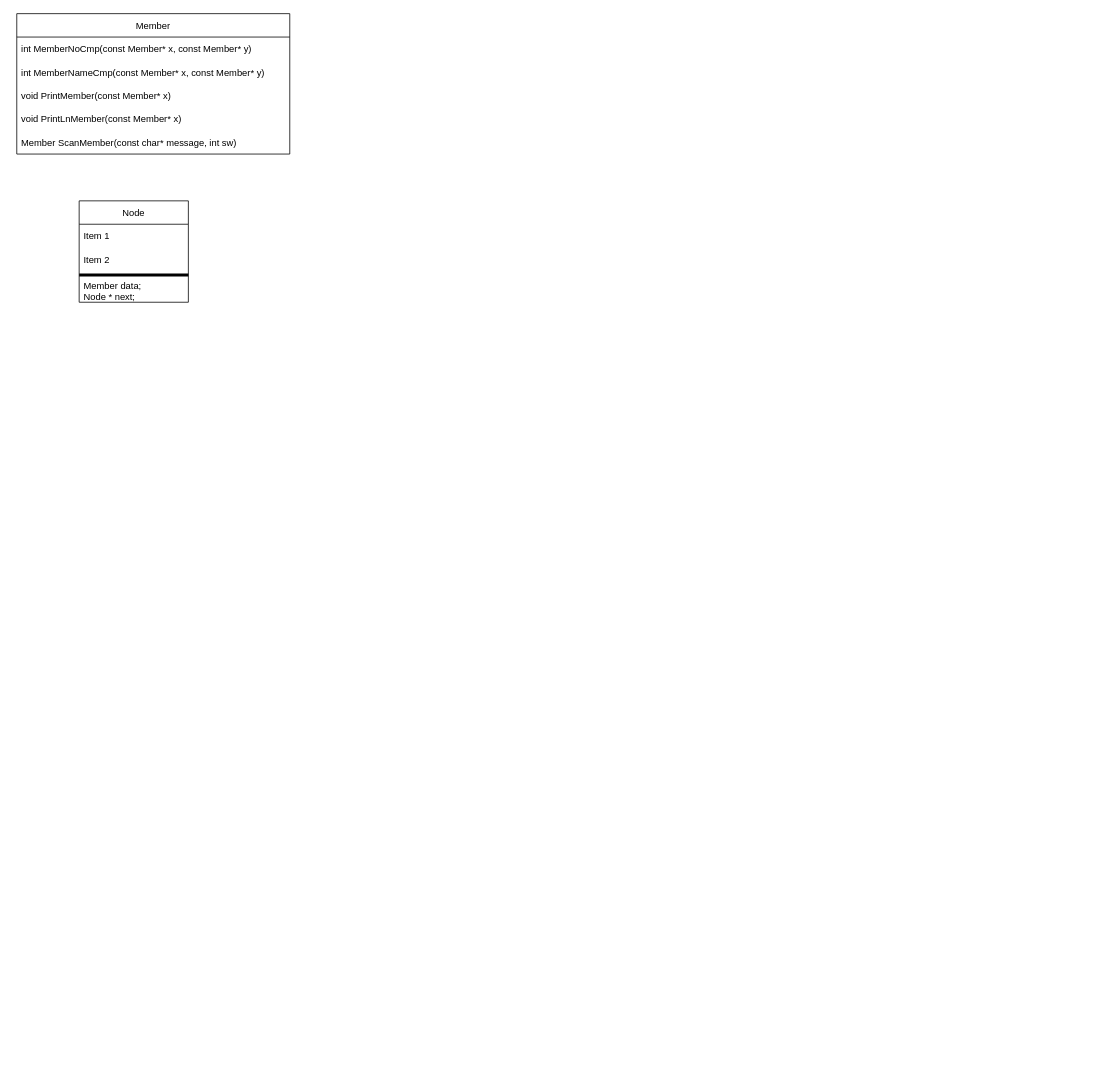
This is singlelinkedlist.drawio from gradeF/Flowchart, a draw.io file, before an edit. Source tidied: cells renumbered, new cells numbered last; positions are measured from the earlier drawing's top-left corner, leaving out a move shared by most shapes. Both pictures are drawn from the tidied source at 78%, with x=0, y=0 at pixel (16, 13).
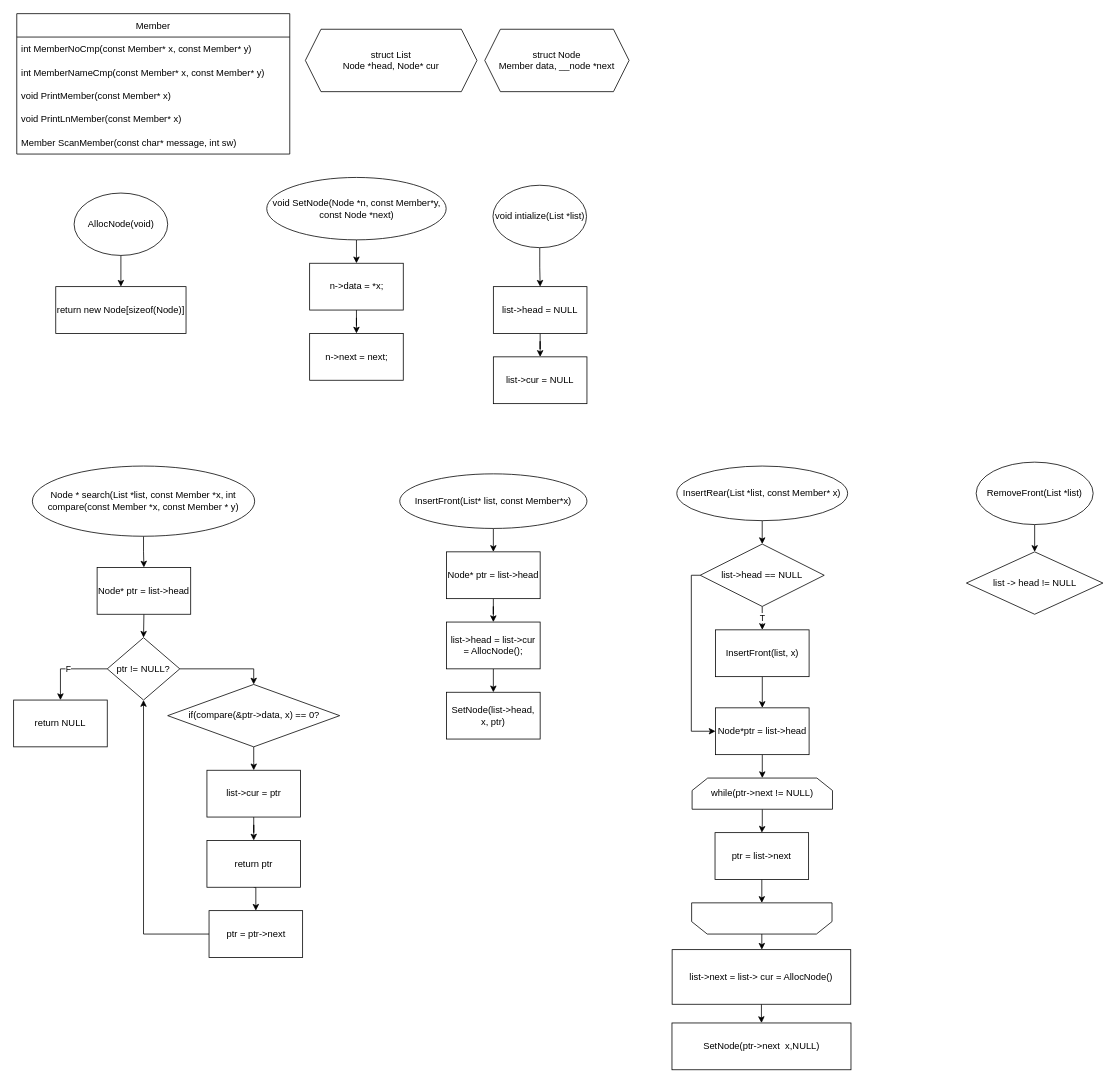
The same page after the edit.

What changed in the source:
```diff
@@
-    <mxCell id="2" value="Node" style="swimlane;fontStyle=0;horizontal=1;startSize=30;" parent="1" vertex="1">
-      <mxGeometry x="80" y="240" width="140" height="130" as="geometry" />
-    </mxCell>
-    <mxCell id="3" value="Item 1" style="text;strokeColor=none;fillColor=none;align=left;verticalAlign=middle;spacingLeft=4;spacingRight=4;overflow=hidden;" parent="2" vertex="1">
-      <mxGeometry y="30" width="140" height="30" as="geometry" />
-    </mxCell>
-    <mxCell id="4" value="Item 2" style="text;strokeColor=none;fillColor=none;align=left;verticalAlign=middle;spacingLeft=4;spacingRight=4;overflow=hidden;" parent="2" vertex="1">
-      <mxGeometry y="60" width="140" height="30" as="geometry" />
-    </mxCell>
-    <mxCell id="5" style="line;strokeWidth=4;html=1;perimeter=backbonePerimeter;" parent="2" vertex="1">
-      <mxGeometry y="90" width="140" height="10" as="geometry" />
-    </mxCell>
-    <mxCell id="6" value="Member data;&#10;Node * next;" style="text;strokeColor=none;fillColor=none;align=left;verticalAlign=middle;spacingLeft=4;spacingRight=4;overflow=hidden;" parent="2" vertex="1">
-      <mxGeometry y="100" width="140" height="30" as="geometry" />
-    </mxCell>
@@
+    <mxCell id="13" value="struct Node&lt;br&gt;Member data, __node *next" style="shape=hexagon;perimeter=hexagonPerimeter2;whiteSpace=wrap;html=1;fixedSize=1;" parent="1" vertex="1">
+      <mxGeometry x="600" y="20" width="185" height="80" as="geometry" />
+    </mxCell>
+    <mxCell id="14" value="struct List&lt;br&gt;Node *head, Node* cur" style="shape=hexagon;perimeter=hexagonPerimeter2;whiteSpace=wrap;html=1;fixedSize=1;" parent="1" vertex="1">
+      <mxGeometry x="370" y="20" width="220" height="80" as="geometry" />
+    </mxCell>
+    <mxCell id="15" style="edgeStyle=orthogonalEdgeStyle;rounded=0;jettySize=auto;html=1;exitX=0.5;exitY=1;exitDx=0;exitDy=0;entryX=0.5;entryY=0;entryDx=0;entryDy=0;" parent="1" edge="1" source="16" target="17">
+      <mxGeometry relative="1" as="geometry" />
+    </mxCell>
+    <mxCell id="16" value="AllocNode(void)&lt;br&gt;" style="ellipse;whiteSpace=wrap;html=1;" parent="1" vertex="1">
+      <mxGeometry x="73.5" y="230" width="120" height="80" as="geometry" />
+    </mxCell>
+    <mxCell id="17" value="return new Node[sizeof(Node)]" style="rounded=0;whiteSpace=wrap;html=1;" parent="1" vertex="1">
+      <mxGeometry x="50" y="350" width="167" height="60" as="geometry" />
+    </mxCell>
+    <mxCell id="18" style="edgeStyle=orthogonalEdgeStyle;rounded=0;jettySize=auto;html=1;exitX=0.5;exitY=1;exitDx=0;exitDy=0;entryX=0.5;entryY=0;entryDx=0;entryDy=0;" parent="1" edge="1" source="19" target="21">
+      <mxGeometry relative="1" as="geometry" />
+    </mxCell>
+    <mxCell id="19" value="void SetNode(Node *n, const Member*y, const Node *next)" style="ellipse;whiteSpace=wrap;html=1;" parent="1" vertex="1">
+      <mxGeometry x="320.5" y="210" width="230" height="80" as="geometry" />
+    </mxCell>
+    <mxCell id="20" style="edgeStyle=orthogonalEdgeStyle;rounded=0;jettySize=auto;html=1;" parent="1" edge="1" source="21" target="22">
+      <mxGeometry relative="1" as="geometry" />
+    </mxCell>
+    <mxCell id="21" value="n-&amp;gt;data = *x;" style="rounded=0;whiteSpace=wrap;html=1;" parent="1" vertex="1">
+      <mxGeometry x="375.5" y="320" width="120" height="60" as="geometry" />
+    </mxCell>
+    <mxCell id="22" value="n-&amp;gt;next = next;" style="whiteSpace=wrap;html=1;rounded=0;" parent="1" vertex="1">
+      <mxGeometry x="375.5" y="410" width="120" height="60" as="geometry" />
+    </mxCell>
+    <mxCell id="23" style="edgeStyle=orthogonalEdgeStyle;rounded=0;jettySize=auto;html=1;" parent="1" edge="1" source="24" target="26">
+      <mxGeometry relative="1" as="geometry" />
+    </mxCell>
+    <mxCell id="24" value="void intialize(List *list)" style="ellipse;whiteSpace=wrap;html=1;" parent="1" vertex="1">
+      <mxGeometry x="610.5" y="220" width="120" height="80" as="geometry" />
+    </mxCell>
+    <mxCell id="25" style="edgeStyle=orthogonalEdgeStyle;rounded=0;jettySize=auto;html=1;" parent="1" edge="1" source="26" target="27">
+      <mxGeometry relative="1" as="geometry" />
+    </mxCell>
+    <mxCell id="26" value="list-&amp;gt;head = NULL" style="whiteSpace=wrap;html=1;" parent="1" vertex="1">
+      <mxGeometry x="611" y="350" width="120" height="60" as="geometry" />
+    </mxCell>
+    <mxCell id="27" value="list-&amp;gt;cur = NULL" style="whiteSpace=wrap;html=1;" parent="1" vertex="1">
+      <mxGeometry x="611" y="440" width="120" height="60" as="geometry" />
+    </mxCell>
+    <mxCell id="28" style="edgeStyle=orthogonalEdgeStyle;rounded=0;jettySize=auto;html=1;exitX=0.5;exitY=1;exitDx=0;exitDy=0;" parent="1" edge="1" source="29" target="31">
+      <mxGeometry relative="1" as="geometry" />
+    </mxCell>
+    <mxCell id="29" value="Node * search(List *list, const Member *x, int compare(const Member *x, const Member * y)" style="ellipse;whiteSpace=wrap;html=1;" parent="1" vertex="1">
+      <mxGeometry x="20" y="580" width="285" height="90" as="geometry" />
+    </mxCell>
+    <mxCell id="30" style="edgeStyle=orthogonalEdgeStyle;rounded=0;jettySize=auto;html=1;exitX=0.5;exitY=1;exitDx=0;exitDy=0;entryX=0.5;entryY=0;entryDx=0;entryDy=0;" parent="1" edge="1" source="31" target="34">
+      <mxGeometry relative="1" as="geometry" />
+    </mxCell>
+    <mxCell id="31" value="Node* ptr = list-&amp;gt;head" style="rounded=0;whiteSpace=wrap;html=1;" parent="1" vertex="1">
+      <mxGeometry x="103" y="710" width="120" height="60" as="geometry" />
+    </mxCell>
+    <mxCell id="32" value="F" style="edgeStyle=orthogonalEdgeStyle;rounded=0;jettySize=auto;html=1;exitX=0;exitY=0.5;exitDx=0;exitDy=0;entryX=0.5;entryY=0;entryDx=0;entryDy=0;" parent="1" edge="1" source="34" target="35">
+      <mxGeometry relative="1" as="geometry" />
+    </mxCell>
+    <mxCell id="33" style="edgeStyle=orthogonalEdgeStyle;rounded=0;jettySize=auto;html=1;exitX=1;exitY=0.5;exitDx=0;exitDy=0;entryX=0.5;entryY=0;entryDx=0;entryDy=0;" parent="1" edge="1" source="34" target="37">
+      <mxGeometry relative="1" as="geometry" />
+    </mxCell>
+    <mxCell id="34" value="ptr != NULL?" style="rhombus;whiteSpace=wrap;html=1;" parent="1" vertex="1">
+      <mxGeometry x="116" y="800" width="93" height="80" as="geometry" />
+    </mxCell>
+    <mxCell id="35" value="return NULL" style="rounded=0;whiteSpace=wrap;html=1;" parent="1" vertex="1">
+      <mxGeometry x="-4" y="880" width="120" height="60" as="geometry" />
+    </mxCell>
+    <mxCell id="36" style="edgeStyle=orthogonalEdgeStyle;rounded=0;jettySize=auto;html=1;" parent="1" edge="1" source="37" target="39">
+      <mxGeometry relative="1" as="geometry" />
+    </mxCell>
+    <mxCell id="37" value="if(compare(&amp;amp;ptr-&amp;gt;data, x) == 0?" style="rhombus;whiteSpace=wrap;html=1;" parent="1" vertex="1">
+      <mxGeometry x="193.5" y="860" width="220.5" height="80" as="geometry" />
+    </mxCell>
+    <mxCell id="38" style="edgeStyle=orthogonalEdgeStyle;rounded=0;jettySize=auto;html=1;" parent="1" edge="1" source="39" target="41">
+      <mxGeometry relative="1" as="geometry" />
+    </mxCell>
+    <mxCell id="39" value="list-&amp;gt;cur = ptr&lt;br&gt;" style="whiteSpace=wrap;html=1;" parent="1" vertex="1">
+      <mxGeometry x="243.8" y="970" width="120" height="60" as="geometry" />
+    </mxCell>
+    <mxCell id="40" style="edgeStyle=orthogonalEdgeStyle;rounded=0;jettySize=auto;html=1;exitX=0.5;exitY=1;exitDx=0;exitDy=0;entryX=0.5;entryY=0;entryDx=0;entryDy=0;" parent="1" edge="1" source="41" target="43">
+      <mxGeometry relative="1" as="geometry" />
+    </mxCell>
+    <mxCell id="41" value="return ptr" style="whiteSpace=wrap;html=1;" parent="1" vertex="1">
+      <mxGeometry x="243.8" y="1060" width="120" height="60" as="geometry" />
+    </mxCell>
+    <mxCell id="42" style="edgeStyle=orthogonalEdgeStyle;rounded=0;jettySize=auto;html=1;exitX=0;exitY=0.5;exitDx=0;exitDy=0;entryX=0.5;entryY=1;entryDx=0;entryDy=0;" parent="1" edge="1" source="43" target="34">
+      <mxGeometry relative="1" as="geometry" />
+    </mxCell>
+    <mxCell id="43" value="ptr = ptr-&amp;gt;next" style="rounded=0;whiteSpace=wrap;html=1;" parent="1" vertex="1">
+      <mxGeometry x="246.5" y="1150" width="120" height="60" as="geometry" />
+    </mxCell>
+    <mxCell id="44" style="edgeStyle=orthogonalEdgeStyle;rounded=0;jettySize=auto;html=1;exitX=0.5;exitY=1;exitDx=0;exitDy=0;entryX=0.5;entryY=0;entryDx=0;entryDy=0;" parent="1" edge="1" source="45" target="47">
+      <mxGeometry relative="1" as="geometry" />
+    </mxCell>
+    <mxCell id="45" value="InsertFront(List* list, const Member*x)" style="ellipse;whiteSpace=wrap;html=1;" parent="1" vertex="1">
+      <mxGeometry x="491" y="590" width="240" height="70" as="geometry" />
+    </mxCell>
+    <mxCell id="46" style="edgeStyle=orthogonalEdgeStyle;rounded=0;jettySize=auto;html=1;" parent="1" edge="1" source="47" target="49">
+      <mxGeometry relative="1" as="geometry" />
+    </mxCell>
+    <mxCell id="47" value="Node* ptr = list-&amp;gt;head" style="rounded=0;whiteSpace=wrap;html=1;" parent="1" vertex="1">
+      <mxGeometry x="551" y="690" width="120" height="60" as="geometry" />
+    </mxCell>
+    <mxCell id="48" style="edgeStyle=orthogonalEdgeStyle;rounded=0;jettySize=auto;html=1;exitX=0.5;exitY=1;exitDx=0;exitDy=0;entryX=0.5;entryY=0;entryDx=0;entryDy=0;" parent="1" edge="1" source="49" target="50">
+      <mxGeometry relative="1" as="geometry" />
+    </mxCell>
+    <mxCell id="49" value="list-&amp;gt;head = list-&amp;gt;cur = AllocNode();" style="whiteSpace=wrap;html=1;rounded=0;" parent="1" vertex="1">
+      <mxGeometry x="551" y="780" width="120" height="60" as="geometry" />
+    </mxCell>
+    <mxCell id="50" value="SetNode(list-&amp;gt;head, x, ptr)" style="rounded=0;whiteSpace=wrap;html=1;" parent="1" vertex="1">
+      <mxGeometry x="551" y="870" width="120" height="60" as="geometry" />
+    </mxCell>
+    <mxCell id="51" style="edgeStyle=orthogonalEdgeStyle;rounded=0;jettySize=auto;html=1;exitX=0.5;exitY=1;exitDx=0;exitDy=0;entryX=0.5;entryY=0;entryDx=0;entryDy=0;" parent="1" edge="1" source="52" target="55">
+      <mxGeometry relative="1" as="geometry" />
+    </mxCell>
+    <mxCell id="52" value="InsertRear(List *list, const Member* x)" style="ellipse;whiteSpace=wrap;html=1;" parent="1" vertex="1">
+      <mxGeometry x="846.2" y="580" width="219" height="70" as="geometry" />
+    </mxCell>
+    <mxCell id="53" value="T" style="edgeStyle=orthogonalEdgeStyle;rounded=0;jettySize=auto;html=1;exitX=0.5;exitY=1;exitDx=0;exitDy=0;entryX=0.5;entryY=0;entryDx=0;entryDy=0;" parent="1" edge="1" source="55" target="57">
+      <mxGeometry relative="1" as="geometry" />
+    </mxCell>
+    <mxCell id="54" style="edgeStyle=orthogonalEdgeStyle;rounded=0;jettySize=auto;html=1;exitX=0;exitY=0.5;exitDx=0;exitDy=0;entryX=0;entryY=0.5;entryDx=0;entryDy=0;" parent="1" edge="1" source="55" target="59">
+      <mxGeometry relative="1" as="geometry">
+        <Array as="points">
+          <mxPoint x="864.8" y="720" />
+          <mxPoint x="864.8" y="920" />
+        </Array>
+      </mxGeometry>
+    </mxCell>
+    <mxCell id="55" value="list-&amp;gt;head == NULL" style="rhombus;whiteSpace=wrap;html=1;" parent="1" vertex="1">
+      <mxGeometry x="876.2" y="680" width="159" height="80" as="geometry" />
+    </mxCell>
+    <mxCell id="56" style="edgeStyle=orthogonalEdgeStyle;rounded=0;jettySize=auto;html=1;exitX=0.5;exitY=1;exitDx=0;exitDy=0;entryX=0.5;entryY=0;entryDx=0;entryDy=0;" parent="1" edge="1" source="57" target="59">
+      <mxGeometry relative="1" as="geometry" />
+    </mxCell>
+    <mxCell id="57" value="InsertFront(list, x)" style="rounded=0;whiteSpace=wrap;html=1;" parent="1" vertex="1">
+      <mxGeometry x="895.8" y="790" width="120" height="60" as="geometry" />
+    </mxCell>
+    <mxCell id="58" style="edgeStyle=orthogonalEdgeStyle;rounded=0;jettySize=auto;html=1;exitX=0.5;exitY=1;exitDx=0;exitDy=0;entryX=0.5;entryY=0;entryDx=0;entryDy=0;" parent="1" edge="1" source="59" target="61">
+      <mxGeometry relative="1" as="geometry" />
+    </mxCell>
+    <mxCell id="59" value="Node*ptr = list-&amp;gt;head" style="rounded=0;whiteSpace=wrap;html=1;" parent="1" vertex="1">
+      <mxGeometry x="895.8" y="890" width="120" height="60" as="geometry" />
+    </mxCell>
+    <mxCell id="60" style="edgeStyle=orthogonalEdgeStyle;rounded=0;jettySize=auto;html=1;" parent="1" edge="1" source="61" target="63">
+      <mxGeometry relative="1" as="geometry" />
+    </mxCell>
+    <mxCell id="61" value="while(ptr-&amp;gt;next != NULL)" style="shape=loopLimit;whiteSpace=wrap;html=1;" parent="1" vertex="1">
+      <mxGeometry x="865.8" y="980" width="180" height="40" as="geometry" />
+    </mxCell>
+    <mxCell id="62" style="edgeStyle=orthogonalEdgeStyle;rounded=0;jettySize=auto;html=1;exitX=0.5;exitY=1;exitDx=0;exitDy=0;entryX=0.5;entryY=1;entryDx=0;entryDy=0;" parent="1" edge="1" source="63" target="65">
+      <mxGeometry relative="1" as="geometry" />
+    </mxCell>
+    <mxCell id="63" value="ptr = list-&amp;gt;next" style="whiteSpace=wrap;html=1;" parent="1" vertex="1">
+      <mxGeometry x="895.2" y="1050" width="120" height="60" as="geometry" />
+    </mxCell>
+    <mxCell id="64" style="edgeStyle=orthogonalEdgeStyle;rounded=0;jettySize=auto;html=1;" parent="1" edge="1" source="65" target="67">
+      <mxGeometry relative="1" as="geometry" />
+    </mxCell>
+    <mxCell id="65" style="shape=loopLimit;whiteSpace=wrap;html=1;rotation=-180;" parent="1" vertex="1">
+      <mxGeometry x="865.2" y="1140" width="180" height="40" as="geometry" />
+    </mxCell>
+    <mxCell id="66" style="edgeStyle=orthogonalEdgeStyle;rounded=0;jettySize=auto;html=1;" parent="1" edge="1" source="67" target="68">
+      <mxGeometry relative="1" as="geometry" />
+    </mxCell>
+    <mxCell id="67" value="list-&amp;gt;next = list-&amp;gt; cur = AllocNode()" style="whiteSpace=wrap;html=1;" parent="1" vertex="1">
+      <mxGeometry x="840.2" y="1200" width="229" height="70" as="geometry" />
+    </mxCell>
+    <mxCell id="68" value="SetNode(ptr-&amp;gt;next&amp;nbsp; x,NULL)" style="whiteSpace=wrap;html=1;" parent="1" vertex="1">
+      <mxGeometry x="840" y="1294" width="229.5" height="60" as="geometry" />
+    </mxCell>
+    <mxCell id="69" style="edgeStyle=orthogonalEdgeStyle;rounded=0;jettySize=auto;html=1;exitX=0.5;exitY=1;exitDx=0;exitDy=0;entryX=0.5;entryY=0;entryDx=0;entryDy=0;" parent="1" edge="1" source="70" target="71">
+      <mxGeometry relative="1" as="geometry" />
+    </mxCell>
+    <mxCell id="70" value="RemoveFront(List *list)" style="ellipse;whiteSpace=wrap;html=1;" parent="1" vertex="1">
+      <mxGeometry x="1230" y="575" width="150" height="80" as="geometry" />
+    </mxCell>
+    <mxCell id="71" value="list -&amp;gt; head != NULL" style="rhombus;whiteSpace=wrap;html=1;" parent="1" vertex="1">
+      <mxGeometry x="1217.5" y="690" width="175" height="80" as="geometry" />
+    </mxCell>
```
